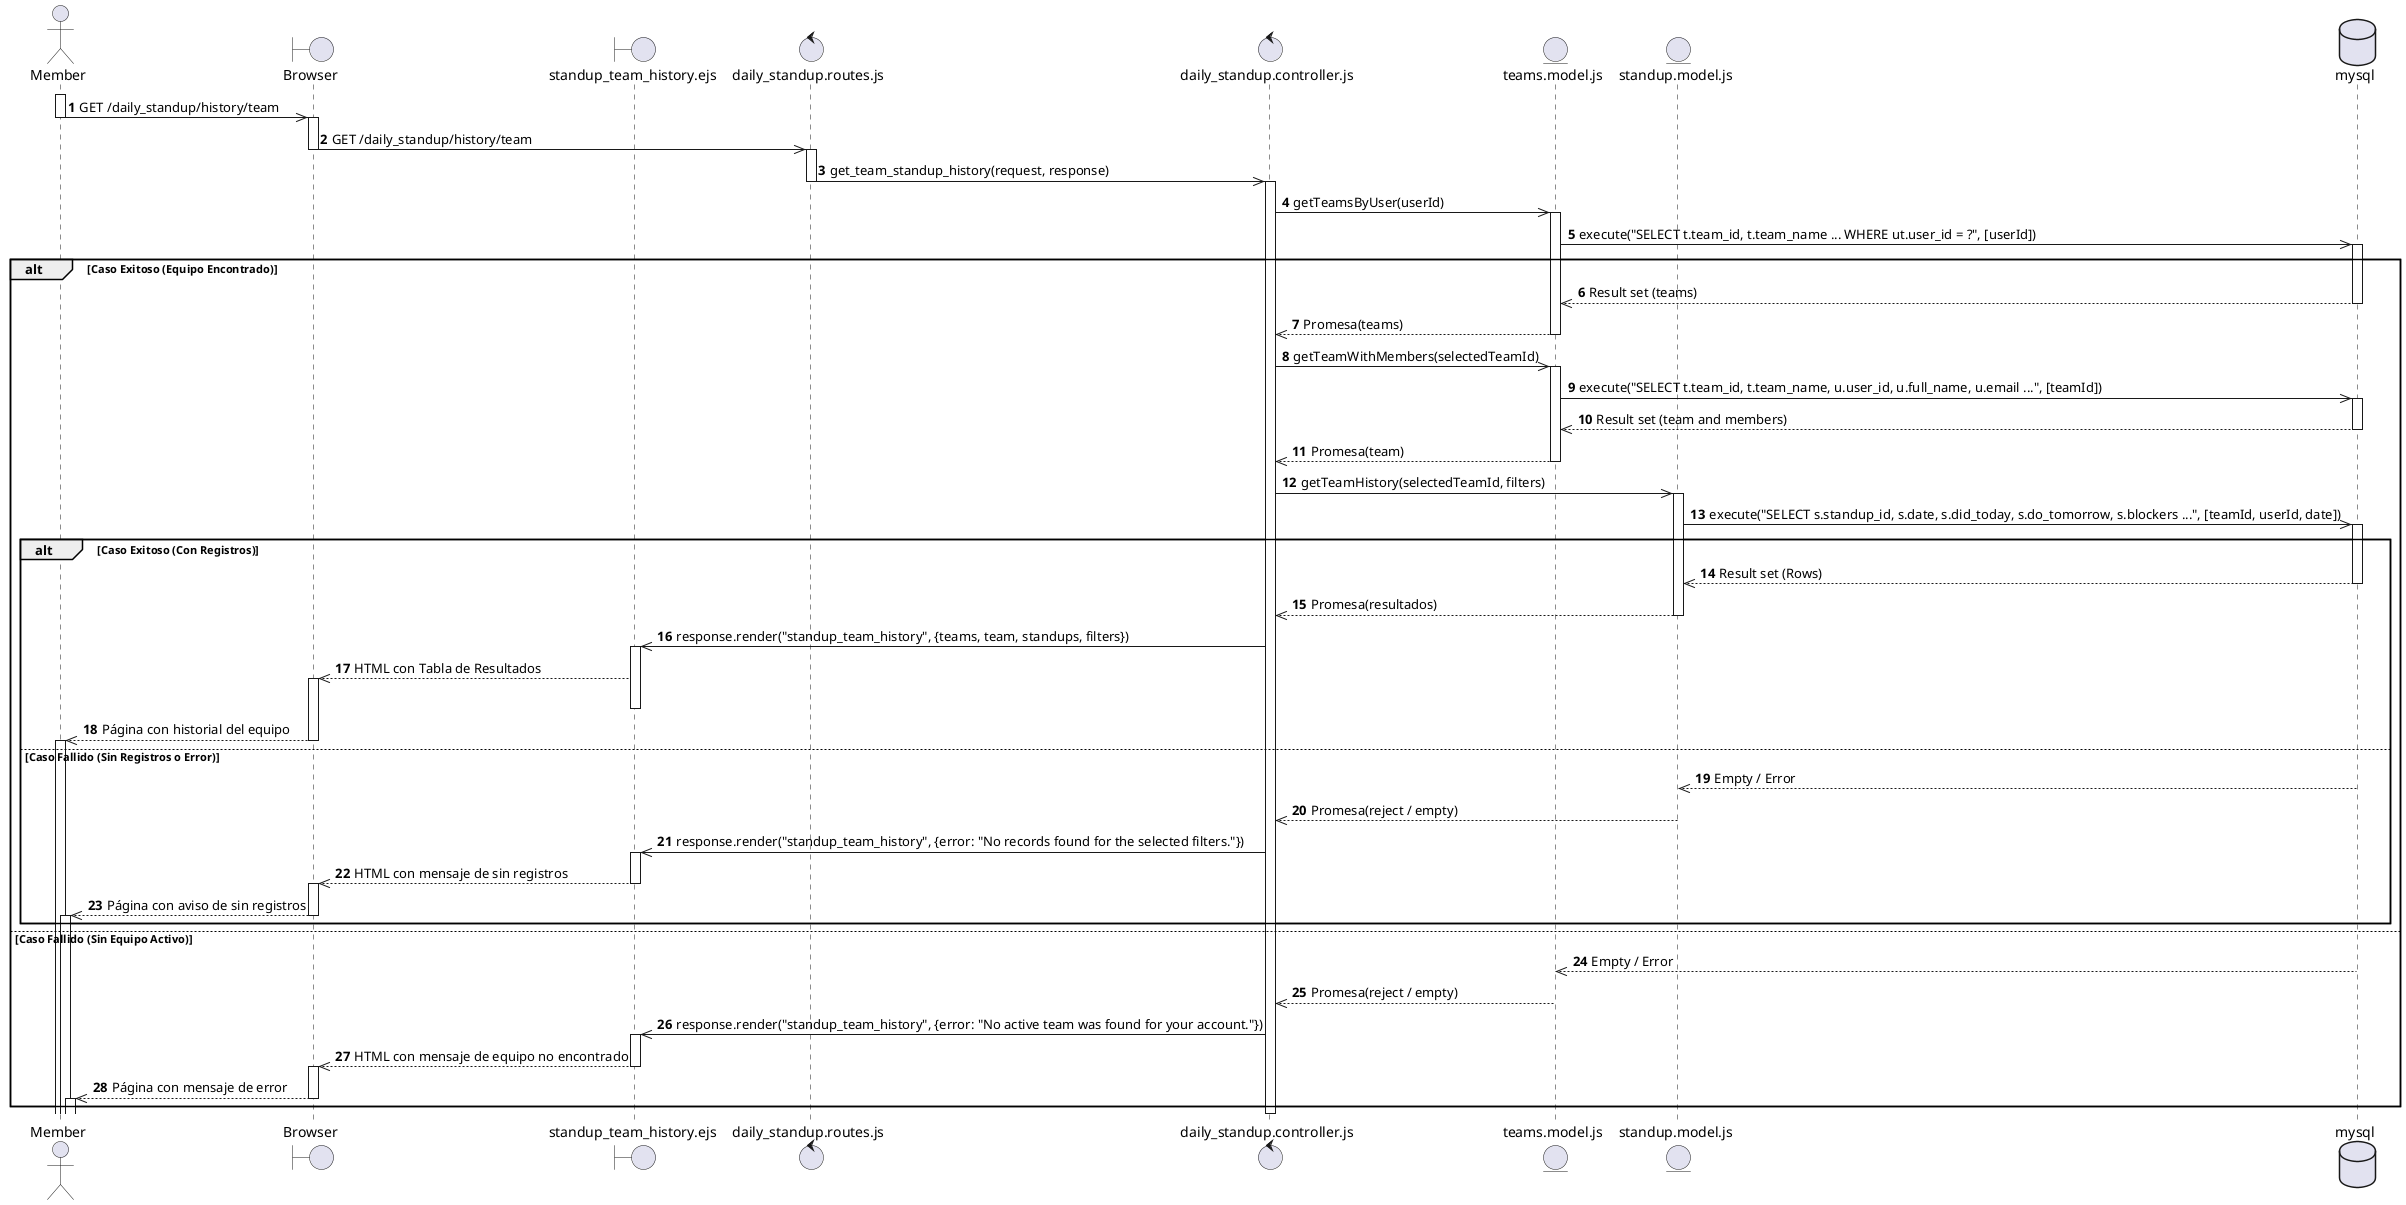
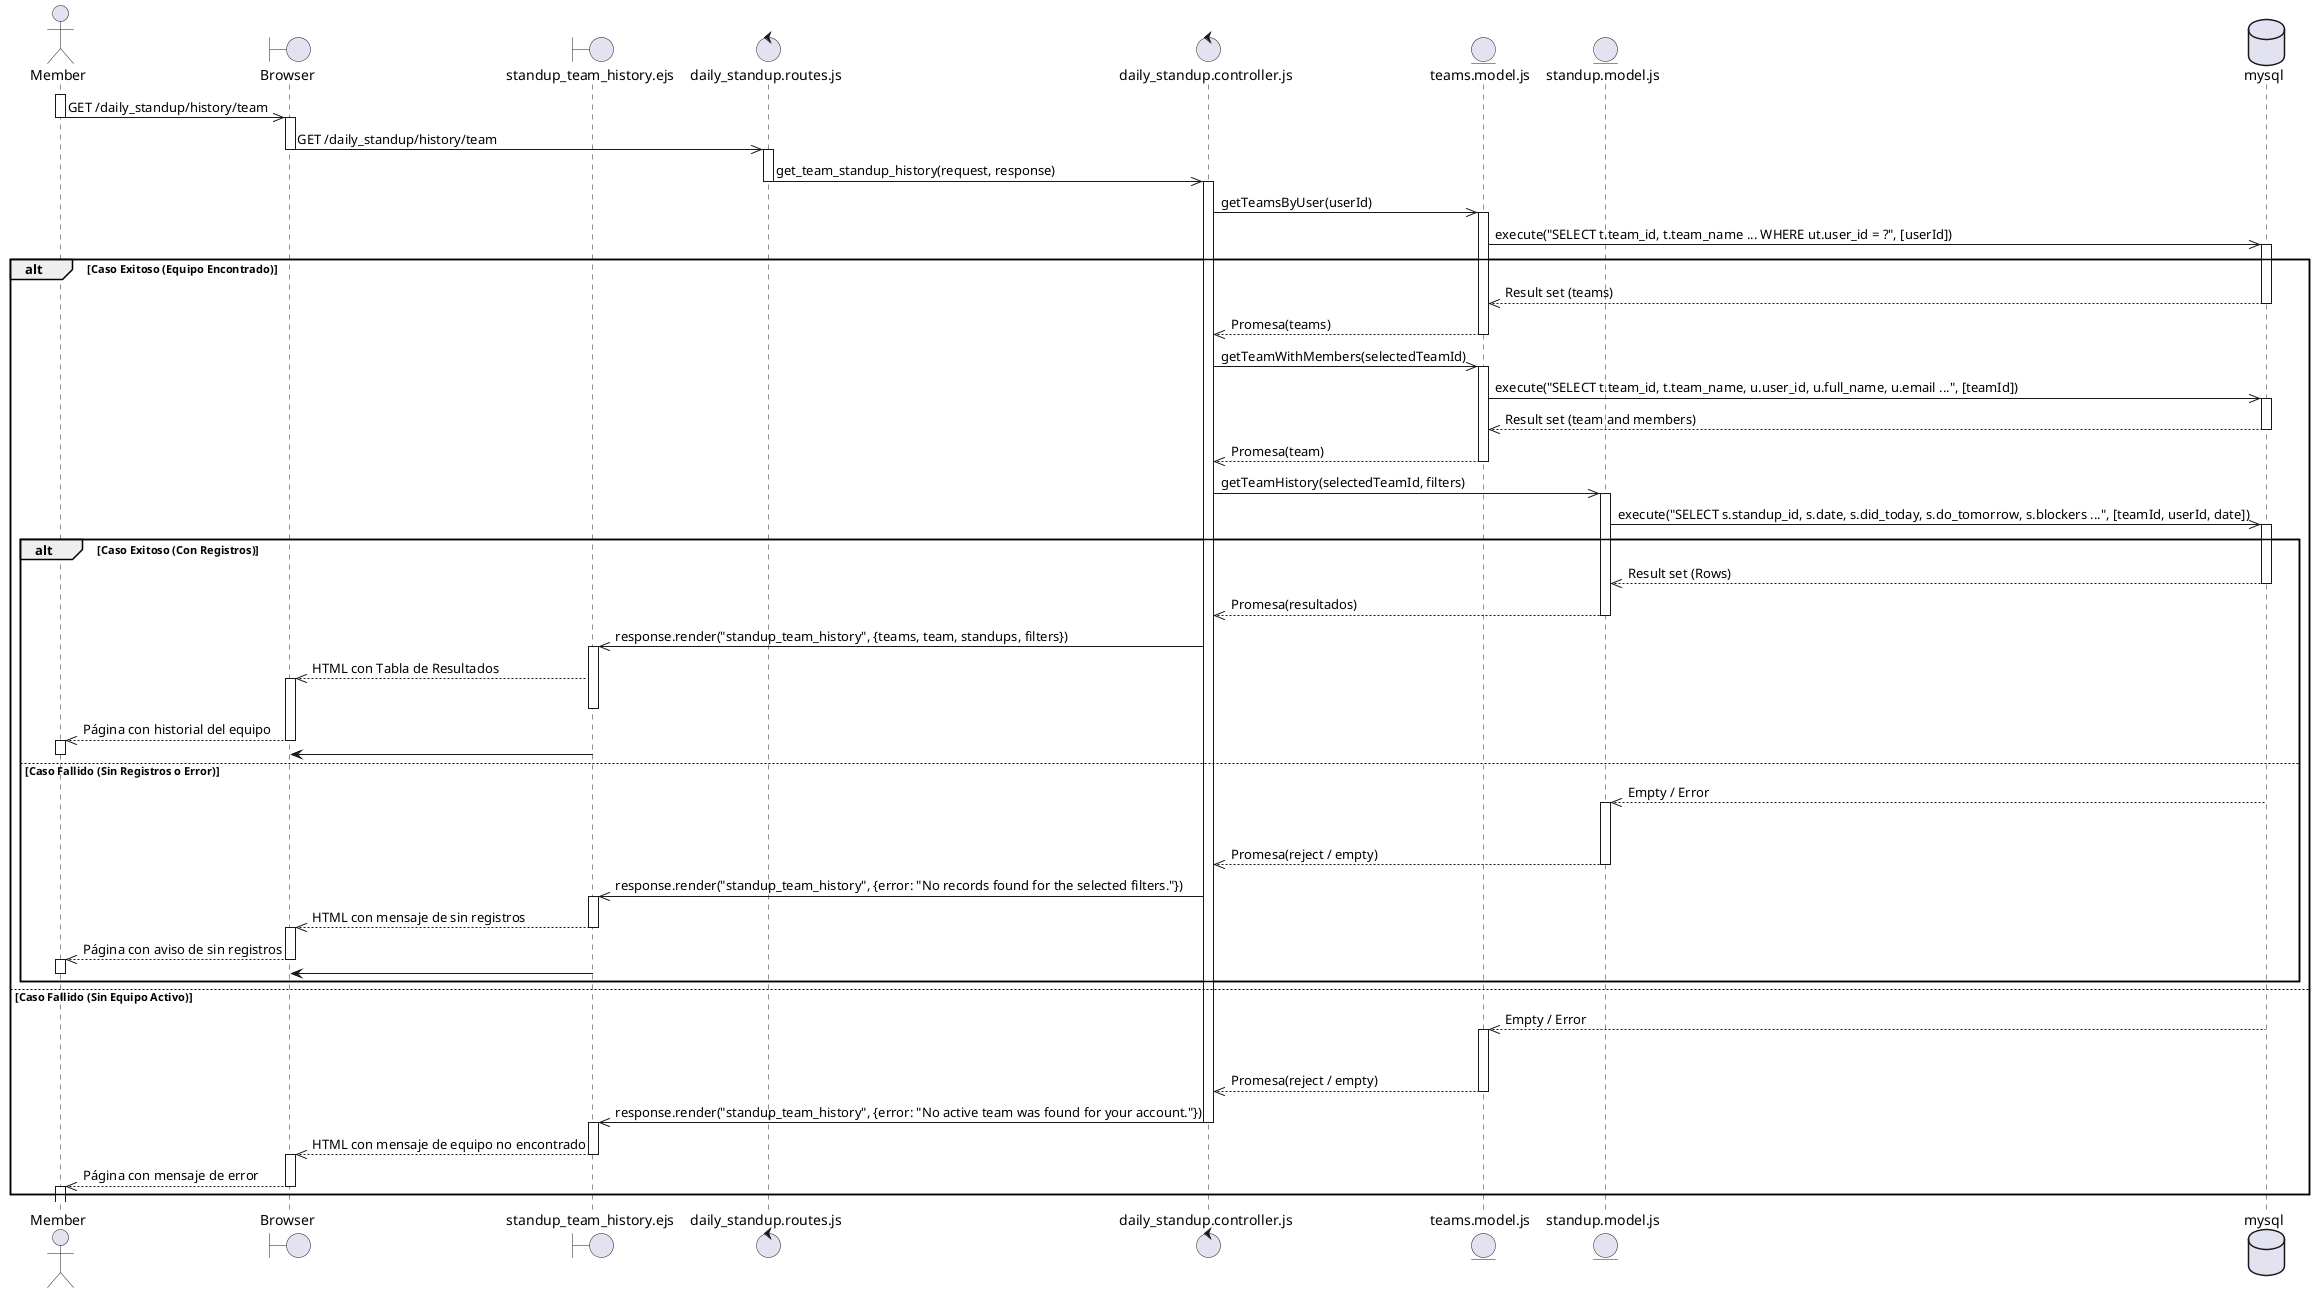
@startuml TeamMemberConsultsTeamStandups
- 	autonumber

	actor Member as member
	boundary Browser as browser
	boundary "standup_team_history.ejs" as view
	control "daily_standup.routes.js" as routes
	control "daily_standup.controller.js" as controller
	entity "teams.model.js" as teamModel
	entity "standup.model.js" as standupModel
	database mysql as db

	activate member
	member->>browser: GET /daily_standup/history/team
	deactivate member

	activate browser
	browser->>routes: GET /daily_standup/history/team
	deactivate browser

	activate routes
	routes->>controller: get_team_standup_history(request, response)
	deactivate routes

	activate controller
	controller->>teamModel: getTeamsByUser(userId)
	activate teamModel
	teamModel->>db: execute("SELECT t.team_id, t.team_name ... WHERE ut.user_id = ?", [userId])
	activate db

	alt Caso Exitoso (Equipo Encontrado)
		db-->>teamModel: Result set (teams)
		deactivate db
		teamModel-->>controller: Promesa(teams)
		deactivate teamModel

		controller->>teamModel: getTeamWithMembers(selectedTeamId)
		activate teamModel
		teamModel->>db: execute("SELECT t.team_id, t.team_name, u.user_id, u.full_name, u.email ...", [teamId])
		activate db
		db-->>teamModel: Result set (team and members)
		deactivate db
		teamModel-->>controller: Promesa(team)
		deactivate teamModel

		controller->>standupModel: getTeamHistory(selectedTeamId, filters)
		activate standupModel
		standupModel->>db: execute("SELECT s.standup_id, s.date, s.did_today, s.do_tomorrow, s.blockers ...", [teamId, userId, date])
		activate db

		alt Caso Exitoso (Con Registros)
			db-->>standupModel: Result set (Rows)
			deactivate db
			standupModel-->>controller: Promesa(resultados)
			deactivate standupModel
			controller->>view: response.render("standup_team_history", {teams, team, standups, filters})
			activate view
			view-->>browser: HTML con Tabla de Resultados
            activate browser
			deactivate view
			browser-->>member: Página con historial del equipo
            deactivate browser
            activate member
+             view->browser
            deactivate member
		else Caso Fallido (Sin Registros o Error)
			db-->>standupModel: Empty / Error
+             activate standupModel
			deactivate db
			standupModel-->>controller: Promesa(reject / empty)
			deactivate standupModel
			controller->>view: response.render("standup_team_history", {error: "No records found for the selected filters."})
			activate view
			view-->>browser: HTML con mensaje de sin registros
			deactivate view
            activate browser
			browser-->>member: Página con aviso de sin registros
            deactivate browser
            activate member
+             view->browser
            deactivate member
		end
	else Caso Fallido (Sin Equipo Activo)
		db-->>teamModel: Empty / Error
+         activate  teamModel
		deactivate db
		teamModel-->>controller: Promesa(reject / empty)
		deactivate teamModel
		controller->>view: response.render("standup_team_history", {error: "No active team was found for your account."})
+ 	    deactivate controller
		activate view
		view-->>browser: HTML con mensaje de equipo no encontrado
		deactivate view
        activate browser
		browser-->>member: Página con mensaje de error
        deactivate browser
        activate member
-             deactivate member
+         deactivate member
	end

- 	deactivate controller

@enduml
